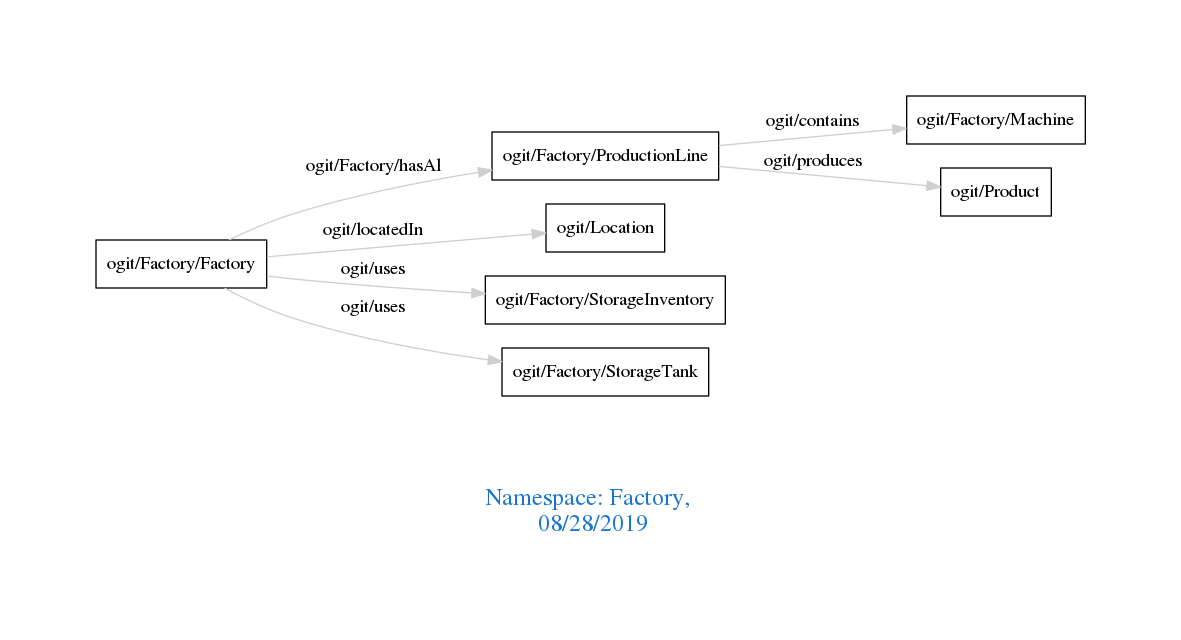
This is downloads/Factory.png from arago/OGIT, a Graphviz export, as it was before one commit. Its source is kept beside it as downloads/Factory.dot.
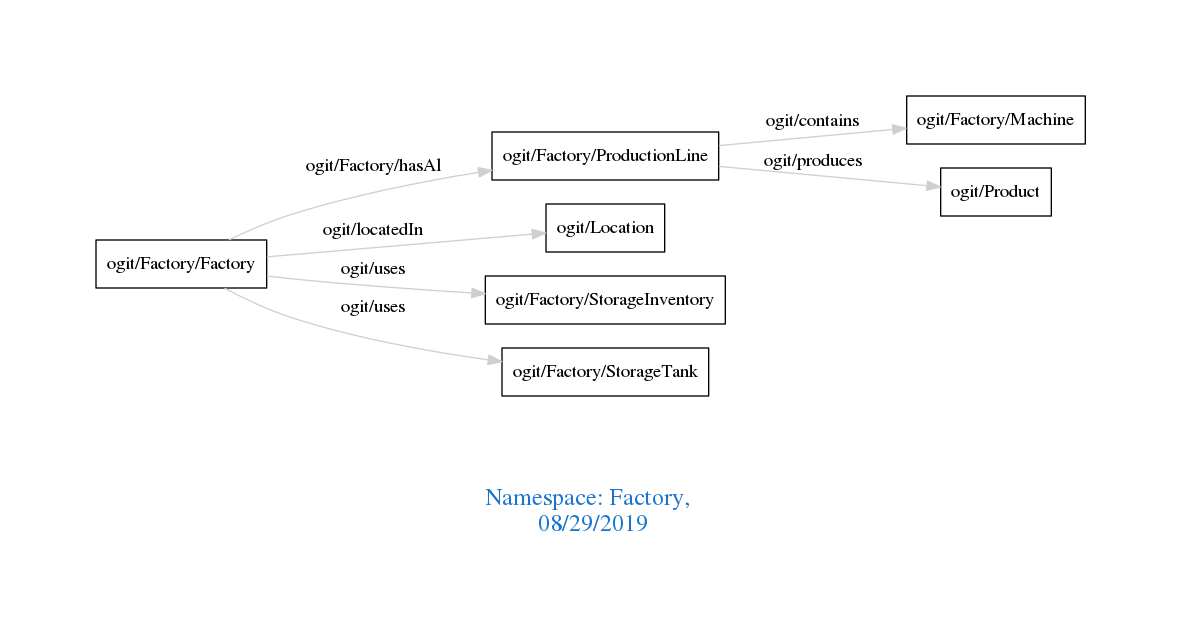
After the commit.

Change to the diagram source:
```diff
@@ -1,7 +1,7 @@
 digraph OGIT_ontology {
  graph [ rankdir= LR,pad=1
 fontsize = 18,
-fontcolor= dodgerblue3,label = "\n\n\nNamespace: Factory, \n 08/28/2019"];
+fontcolor= dodgerblue3,label = "\n\n\nNamespace: Factory, \n 08/29/2019"];
 node[shape=polygon];
 edge [  color="gray81"];
 
```
